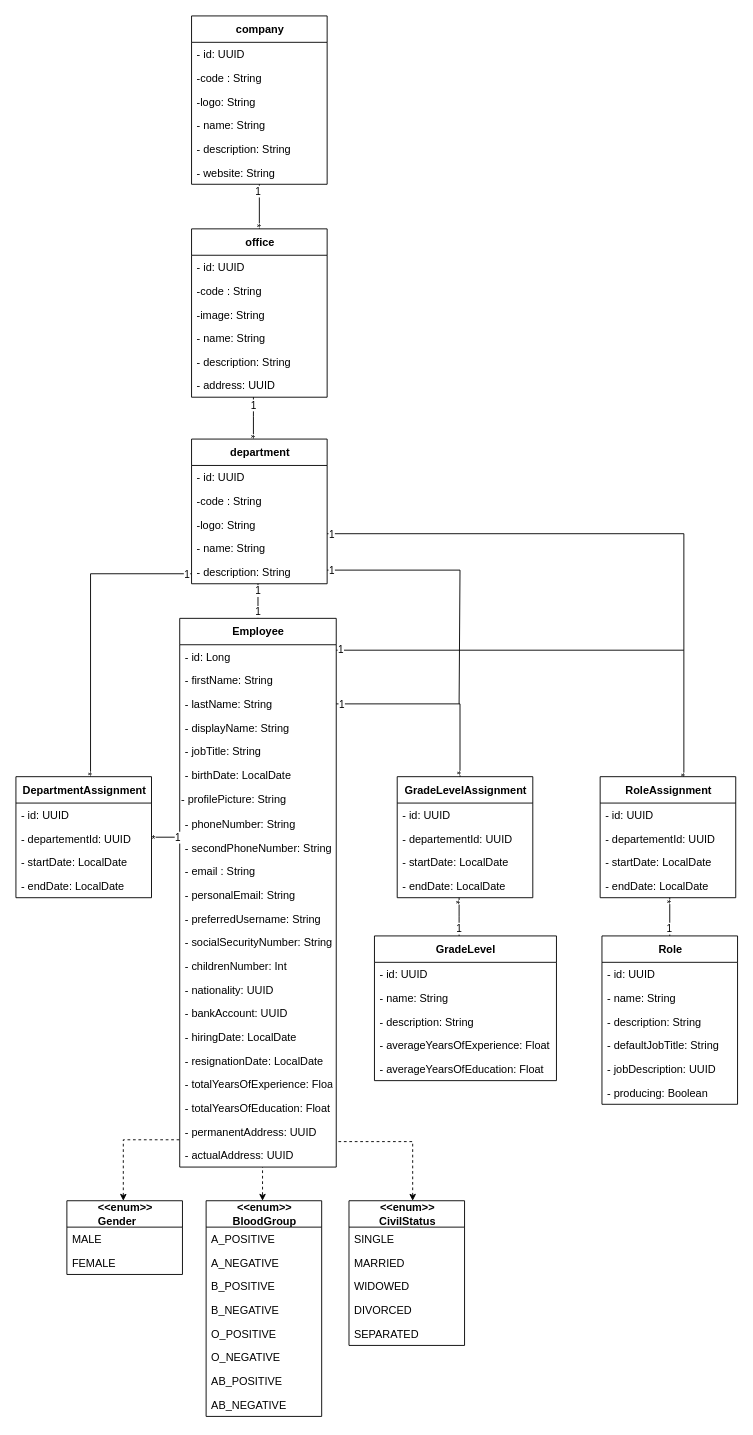
Earlier version of the draw.io diagram Department/_DiagrammeClasseDepartment.drawio (ZidiMedAmine/UML). Source tidied: cells renumbered, new cells numbered last; positions are measured from the earlier drawing's top-left corner, leaving out a move shared by most shapes. Both pictures are drawn from the tidied source at 91%, with x=0, y=0 at pixel (15, 15).
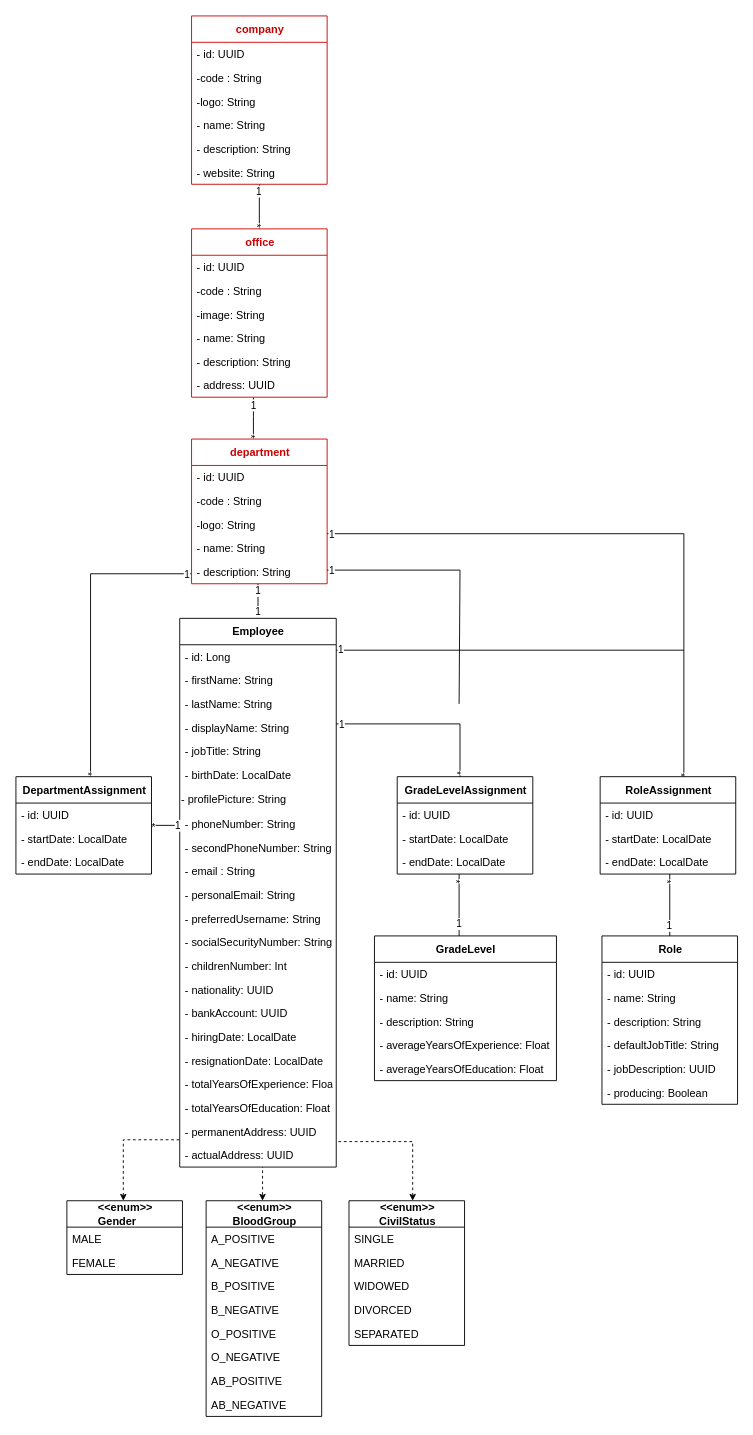
The same page after the edit.

Commit message (it also covers changes not shown here):
Mettre à jour _DiagrammeClasseDepartment.drawio

Unchanged cells that the change refers to:
```xml
<mxCell id="5" value="&lt;b&gt;Employee&lt;/b&gt;" style="swimlane;fontStyle=0;align=center;verticalAlign=middle;horizontal=1;startSize=29;html=1;fontSize=12;labelPosition=center;verticalLabelPosition=middle;strokeColor=default;swimlaneLine=1;rounded=0;shadow=0;glass=0;sketch=0;perimeterSpacing=0;" parent="1" vertex="1">
  <mxGeometry x="180" y="662" width="172" height="603" as="geometry" />
</mxCell>
<mxCell id="109" style="edgeStyle=orthogonalEdgeStyle;rounded=0;jettySize=auto;html=1;endArrow=none;endFill=0;" parent="1" edge="1" source="112" target="119">
  <mxGeometry relative="1" as="geometry" />
</mxCell>
```

The edit, as a diff of the source:
```diff
@@
     <mxCell id="34" value="&lt;div style=&quot;text-align: left&quot;&gt;&lt;span&gt;DepartmentAssignment&lt;/span&gt;&lt;/div&gt;" style="swimlane;fontStyle=1;align=center;verticalAlign=middle;horizontal=1;startSize=29;html=1;fontSize=12;labelPosition=center;verticalLabelPosition=middle;swimlaneLine=1;rounded=0;sketch=0;glass=0;" parent="1" vertex="1">
-      <mxGeometry y="836" width="149" height="133" as="geometry" />
+      <mxGeometry y="836" width="149" height="107" as="geometry" />
     </mxCell>
@@
-    <mxCell id="36" value="- departementId: UUID" style="text;strokeColor=none;fillColor=none;align=left;verticalAlign=top;spacingLeft=4;spacingRight=4;overflow=hidden;fontStyle=0;" parent="34" vertex="1">
-      <mxGeometry y="55" width="149" height="26" as="geometry" />
-    </mxCell>
     <mxCell id="37" value="- startDate: LocalDate" style="text;strokeColor=none;fillColor=none;align=left;verticalAlign=top;spacingLeft=4;spacingRight=4;overflow=hidden;fontStyle=0;" parent="34" vertex="1">
-      <mxGeometry y="81" width="149" height="26" as="geometry" />
+      <mxGeometry y="55" width="149" height="26" as="geometry" />
     </mxCell>
     <mxCell id="38" value="- endDate: LocalDate" style="text;strokeColor=none;fillColor=none;align=left;verticalAlign=top;spacingLeft=4;spacingRight=4;overflow=hidden;fontStyle=0;" parent="34" vertex="1">
-      <mxGeometry y="107" width="149" height="26" as="geometry" />
+      <mxGeometry y="81" width="149" height="26" as="geometry" />
     </mxCell>
     <mxCell id="39" value="&lt;div style=&quot;text-align: left&quot;&gt;GradeLevelAssignment&lt;br&gt;&lt;/div&gt;" style="swimlane;fontStyle=1;align=center;verticalAlign=middle;horizontal=1;startSize=29;html=1;fontSize=12;labelPosition=center;verticalLabelPosition=middle;swimlaneLine=1;rounded=0;sketch=0;glass=0;" parent="1" vertex="1">
-      <mxGeometry x="419" y="836" width="149" height="133" as="geometry" />
+      <mxGeometry x="419" y="836" width="149" height="107" as="geometry" />
     </mxCell>
@@
-    <mxCell id="41" value="- departementId: UUID" style="text;strokeColor=none;fillColor=none;align=left;verticalAlign=top;spacingLeft=4;spacingRight=4;overflow=hidden;fontStyle=0;" parent="39" vertex="1">
-      <mxGeometry y="55" width="149" height="26" as="geometry" />
-    </mxCell>
     <mxCell id="42" value="- startDate: LocalDate" style="text;strokeColor=none;fillColor=none;align=left;verticalAlign=top;spacingLeft=4;spacingRight=4;overflow=hidden;fontStyle=0;" parent="39" vertex="1">
-      <mxGeometry y="81" width="149" height="26" as="geometry" />
+      <mxGeometry y="55" width="149" height="26" as="geometry" />
     </mxCell>
     <mxCell id="43" value="- endDate: LocalDate" style="text;strokeColor=none;fillColor=none;align=left;verticalAlign=top;spacingLeft=4;spacingRight=4;overflow=hidden;fontStyle=0;" parent="39" vertex="1">
-      <mxGeometry y="107" width="149" height="26" as="geometry" />
+      <mxGeometry y="81" width="149" height="26" as="geometry" />
     </mxCell>
     <mxCell id="44" style="edgeStyle=orthogonalEdgeStyle;rounded=0;jettySize=auto;html=1;endArrow=none;endFill=0;startSize=5;endSize=5;" parent="1" edge="1" source="5">
       <mxGeometry relative="1" as="geometry">
         <mxPoint x="488" y="836" as="targetPoint" />
         <Array as="points">
-          <mxPoint x="488" y="756" />
+          <mxPoint x="488" y="778" />
         </Array>
       </mxGeometry>
     </mxCell>
@@
     <mxCell id="59" value="RoleAssignment" style="swimlane;fontStyle=1;align=center;verticalAlign=middle;horizontal=1;startSize=29;html=1;fontSize=12;labelPosition=center;verticalLabelPosition=middle;swimlaneLine=1;rounded=0;sketch=0;glass=0;" parent="1" vertex="1">
-      <mxGeometry x="642" y="836" width="149" height="133" as="geometry" />
+      <mxGeometry x="642" y="836" width="149" height="107" as="geometry" />
     </mxCell>
@@
-    <mxCell id="61" value="- departementId: UUID" style="text;strokeColor=none;fillColor=none;align=left;verticalAlign=top;spacingLeft=4;spacingRight=4;overflow=hidden;fontStyle=0;" parent="59" vertex="1">
-      <mxGeometry y="55" width="149" height="26" as="geometry" />
-    </mxCell>
     <mxCell id="62" value="- startDate: LocalDate" style="text;strokeColor=none;fillColor=none;align=left;verticalAlign=top;spacingLeft=4;spacingRight=4;overflow=hidden;fontStyle=0;" parent="59" vertex="1">
-      <mxGeometry y="81" width="149" height="26" as="geometry" />
+      <mxGeometry y="55" width="149" height="26" as="geometry" />
     </mxCell>
     <mxCell id="63" value="- endDate: LocalDate" style="text;strokeColor=none;fillColor=none;align=left;verticalAlign=top;spacingLeft=4;spacingRight=4;overflow=hidden;fontStyle=0;" parent="59" vertex="1">
-      <mxGeometry y="107" width="149" height="26" as="geometry" />
+      <mxGeometry y="81" width="149" height="26" as="geometry" />
     </mxCell>
@@
-    <mxCell id="99" value="&lt;div style=&quot;text-align: left&quot;&gt;&lt;span&gt;department&lt;/span&gt;&lt;/div&gt;" style="swimlane;fontStyle=1;align=center;verticalAlign=middle;horizontal=1;startSize=29;html=1;fontSize=12;labelPosition=center;verticalLabelPosition=middle;swimlaneLine=1;rounded=0;sketch=0;glass=0;" parent="1" vertex="1">
+    <mxCell id="99" value="&lt;div style=&quot;text-align: left&quot;&gt;&lt;span&gt;department&lt;/span&gt;&lt;/div&gt;" style="swimlane;fontStyle=1;align=center;verticalAlign=middle;horizontal=1;startSize=29;html=1;fontSize=12;labelPosition=center;verticalLabelPosition=middle;swimlaneLine=1;rounded=0;sketch=0;glass=0;strokeColor=#CC0000;fontColor=#CC0000;" parent="1" vertex="1">
       <mxGeometry x="193" y="465" width="149" height="159" as="geometry" />
     </mxCell>
@@
     <mxCell id="111" value="1" style="edgeLabel;html=1;align=center;verticalAlign=middle;" parent="109" vertex="1">
       <mxGeometry x="0.82" y="1" relative="1" as="geometry">
-        <mxPoint x="-1" y="3" as="offset" />
+        <mxPoint y="3" as="offset" />
       </mxGeometry>
     </mxCell>
-    <mxCell id="112" value="&lt;div style=&quot;text-align: left&quot;&gt;&lt;span&gt;office&lt;/span&gt;&lt;/div&gt;" style="swimlane;fontStyle=1;align=center;verticalAlign=middle;horizontal=1;startSize=29;html=1;fontSize=12;labelPosition=center;verticalLabelPosition=middle;swimlaneLine=1;rounded=0;sketch=0;glass=0;" parent="1" vertex="1">
+    <mxCell id="112" value="&lt;div style=&quot;text-align: left&quot;&gt;&lt;span&gt;office&lt;/span&gt;&lt;/div&gt;" style="swimlane;fontStyle=1;align=center;verticalAlign=middle;horizontal=1;startSize=29;html=1;fontSize=12;labelPosition=center;verticalLabelPosition=middle;swimlaneLine=1;rounded=0;sketch=0;glass=0;strokeColor=#CC0000;fontColor=#CC0000;" parent="1" vertex="1">
       <mxGeometry x="193" y="234" width="149" height="185" as="geometry" />
     </mxCell>
@@
-    <mxCell id="119" value="&lt;div style=&quot;text-align: left&quot;&gt;&lt;span&gt;company&lt;/span&gt;&lt;/div&gt;" style="swimlane;fontStyle=1;align=center;verticalAlign=middle;horizontal=1;startSize=29;html=1;fontSize=12;labelPosition=center;verticalLabelPosition=middle;swimlaneLine=1;rounded=0;sketch=0;glass=0;" parent="1" vertex="1">
+    <mxCell id="119" value="&lt;div style=&quot;text-align: left&quot;&gt;&lt;span&gt;company&lt;/span&gt;&lt;/div&gt;" style="swimlane;fontStyle=1;align=center;verticalAlign=middle;horizontal=1;startSize=29;html=1;fontSize=12;labelPosition=center;verticalLabelPosition=middle;swimlaneLine=1;rounded=0;sketch=0;glass=0;strokeColor=#CC0000;fontColor=#CC0000;" parent="1" vertex="1">
       <mxGeometry x="193" width="149" height="185" as="geometry" />
     </mxCell>
```
